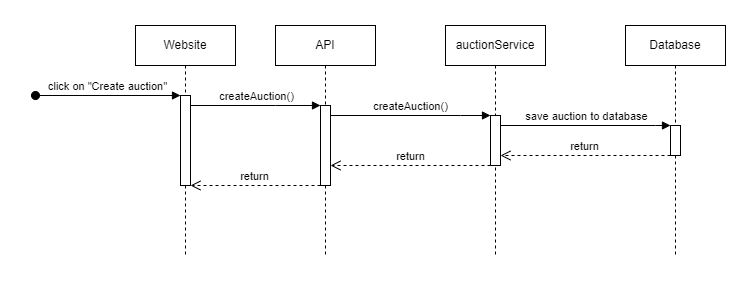
The draw.io diagram doc/use_cases/sequence-diagrams/UC03-create-auction.png in lucariebel/online-shop, before a commit. Source tidied: cells renumbered, new cells last; positions are measured from the earlier drawing's top-left corner, leaving out a move shared by most shapes. The source it was exported from:
```xml
<mxGraphModel>
  <root>
    <mxCell id="0" />
    <mxCell id="1" parent="0" />
    <mxCell id="2" value="Website" style="shape=umlLifeline;perimeter=lifelinePerimeter;whiteSpace=wrap;html=1;newEdgeStyle={&quot;edgeStyle&quot;:&quot;elbowEdgeStyle&quot;,&quot;elbow&quot;:&quot;vertical&quot;,&quot;curved&quot;:0,&quot;rounded&quot;:0};" parent="1" vertex="1">
      <mxGeometry x="100" width="100" height="230" as="geometry" />
    </mxCell>
    <mxCell id="3" style="html=1;points=[];perimeter=orthogonalPerimeter;outlineConnect=0;targetShapes=umlLifeline;portConstraint=eastwest;newEdgeStyle={&quot;edgeStyle&quot;:&quot;elbowEdgeStyle&quot;,&quot;elbow&quot;:&quot;vertical&quot;,&quot;curved&quot;:0,&quot;rounded&quot;:0};" parent="2" vertex="1">
      <mxGeometry x="45" y="70" width="10" height="90" as="geometry" />
    </mxCell>
    <mxCell id="4" value="click on &quot;Create auction&quot;" style="html=1;verticalAlign=bottom;startArrow=oval;endArrow=block;startSize=8;edgeStyle=elbowEdgeStyle;elbow=vertical;curved=0;rounded=0;" parent="2" edge="1" target="3">
      <mxGeometry relative="1" as="geometry">
        <mxPoint x="-100" y="70" as="sourcePoint" />
      </mxGeometry>
    </mxCell>
    <mxCell id="5" value="API" style="shape=umlLifeline;perimeter=lifelinePerimeter;whiteSpace=wrap;html=1;newEdgeStyle={&quot;edgeStyle&quot;:&quot;elbowEdgeStyle&quot;,&quot;elbow&quot;:&quot;vertical&quot;,&quot;curved&quot;:0,&quot;rounded&quot;:0};" parent="1" vertex="1">
      <mxGeometry x="240" width="100" height="230" as="geometry" />
    </mxCell>
    <mxCell id="6" style="html=1;points=[];perimeter=orthogonalPerimeter;outlineConnect=0;targetShapes=umlLifeline;portConstraint=eastwest;newEdgeStyle={&quot;edgeStyle&quot;:&quot;elbowEdgeStyle&quot;,&quot;elbow&quot;:&quot;vertical&quot;,&quot;curved&quot;:0,&quot;rounded&quot;:0};" parent="5" vertex="1">
      <mxGeometry x="45" y="80" width="10" height="80" as="geometry" />
    </mxCell>
    <mxCell id="7" value="createAuction()" style="html=1;verticalAlign=bottom;endArrow=block;edgeStyle=elbowEdgeStyle;elbow=vertical;curved=0;rounded=0;" parent="1" edge="1" source="3" target="6">
      <mxGeometry relative="1" as="geometry">
        <Array as="points">
          <mxPoint x="240" y="80" />
        </Array>
      </mxGeometry>
    </mxCell>
    <mxCell id="8" value="return" style="html=1;verticalAlign=bottom;endArrow=open;dashed=1;endSize=8;edgeStyle=elbowEdgeStyle;elbow=vertical;curved=0;rounded=0;" parent="1" edge="1" source="6" target="3">
      <mxGeometry relative="1" as="geometry">
        <Array as="points">
          <mxPoint x="250" y="160" />
        </Array>
      </mxGeometry>
    </mxCell>
    <mxCell id="9" value="auctionService" style="shape=umlLifeline;perimeter=lifelinePerimeter;whiteSpace=wrap;html=1;newEdgeStyle={&quot;edgeStyle&quot;:&quot;elbowEdgeStyle&quot;,&quot;elbow&quot;:&quot;vertical&quot;,&quot;curved&quot;:0,&quot;rounded&quot;:0};" parent="1" vertex="1">
      <mxGeometry x="410" width="100" height="230" as="geometry" />
    </mxCell>
    <mxCell id="10" style="html=1;points=[];perimeter=orthogonalPerimeter;outlineConnect=0;targetShapes=umlLifeline;portConstraint=eastwest;newEdgeStyle={&quot;edgeStyle&quot;:&quot;elbowEdgeStyle&quot;,&quot;elbow&quot;:&quot;vertical&quot;,&quot;curved&quot;:0,&quot;rounded&quot;:0};" parent="9" vertex="1">
      <mxGeometry x="45" y="90" width="10" height="50" as="geometry" />
    </mxCell>
    <mxCell id="11" value="createAuction()" style="html=1;verticalAlign=bottom;endArrow=block;edgeStyle=elbowEdgeStyle;elbow=vertical;curved=0;rounded=0;" parent="1" edge="1" source="6" target="10">
      <mxGeometry relative="1" as="geometry">
        <Array as="points">
          <mxPoint x="425" y="90" />
        </Array>
      </mxGeometry>
    </mxCell>
    <mxCell id="12" value="Database" style="shape=umlLifeline;perimeter=lifelinePerimeter;whiteSpace=wrap;html=1;newEdgeStyle={&quot;edgeStyle&quot;:&quot;elbowEdgeStyle&quot;,&quot;elbow&quot;:&quot;vertical&quot;,&quot;curved&quot;:0,&quot;rounded&quot;:0};" parent="1" vertex="1">
      <mxGeometry x="590" width="100" height="230" as="geometry" />
    </mxCell>
    <mxCell id="13" style="html=1;points=[];perimeter=orthogonalPerimeter;outlineConnect=0;targetShapes=umlLifeline;portConstraint=eastwest;newEdgeStyle={&quot;edgeStyle&quot;:&quot;elbowEdgeStyle&quot;,&quot;elbow&quot;:&quot;vertical&quot;,&quot;curved&quot;:0,&quot;rounded&quot;:0};" parent="12" vertex="1">
      <mxGeometry x="45" y="100" width="10" height="30" as="geometry" />
    </mxCell>
    <mxCell id="14" value="save auction to database" style="html=1;verticalAlign=bottom;endArrow=block;edgeStyle=elbowEdgeStyle;elbow=vertical;curved=0;rounded=0;" parent="1" edge="1" source="10" target="13">
      <mxGeometry relative="1" as="geometry">
        <Array as="points">
          <mxPoint x="620" y="100" />
        </Array>
      </mxGeometry>
    </mxCell>
    <mxCell id="15" value="return" style="html=1;verticalAlign=bottom;endArrow=open;dashed=1;endSize=8;edgeStyle=elbowEdgeStyle;elbow=vertical;curved=0;rounded=0;" parent="1" edge="1" source="13">
      <mxGeometry relative="1" as="geometry">
        <mxPoint x="465" y="130" as="targetPoint" />
        <Array as="points">
          <mxPoint x="620" y="130" />
        </Array>
      </mxGeometry>
    </mxCell>
    <mxCell id="16" value="return" style="html=1;verticalAlign=bottom;endArrow=open;dashed=1;endSize=8;edgeStyle=elbowEdgeStyle;elbow=vertical;curved=0;rounded=0;" parent="1" edge="1" source="10" target="6">
      <mxGeometry relative="1" as="geometry">
        <Array as="points">
          <mxPoint x="450" y="140" />
        </Array>
      </mxGeometry>
    </mxCell>
  </root>
</mxGraphModel>
```
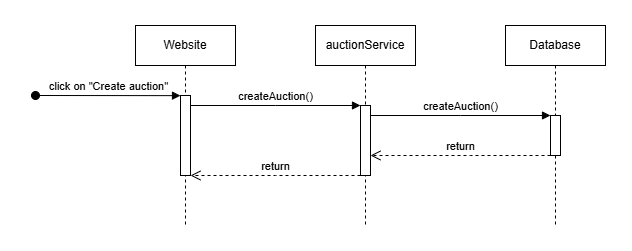
After the change.

Diff of the diagram source:
```diff
@@ -3,21 +3,21 @@
     <mxCell id="0" />
     <mxCell id="1" parent="0" />
     <mxCell id="2" value="Website" style="shape=umlLifeline;perimeter=lifelinePerimeter;whiteSpace=wrap;html=1;newEdgeStyle={&quot;edgeStyle&quot;:&quot;elbowEdgeStyle&quot;,&quot;elbow&quot;:&quot;vertical&quot;,&quot;curved&quot;:0,&quot;rounded&quot;:0};" parent="1" vertex="1">
-      <mxGeometry x="100" width="100" height="230" as="geometry" />
+      <mxGeometry x="100" width="100" height="200" as="geometry" />
     </mxCell>
     <mxCell id="3" style="html=1;points=[];perimeter=orthogonalPerimeter;outlineConnect=0;targetShapes=umlLifeline;portConstraint=eastwest;newEdgeStyle={&quot;edgeStyle&quot;:&quot;elbowEdgeStyle&quot;,&quot;elbow&quot;:&quot;vertical&quot;,&quot;curved&quot;:0,&quot;rounded&quot;:0};" parent="2" vertex="1">
-      <mxGeometry x="45" y="70" width="10" height="90" as="geometry" />
+      <mxGeometry x="45" y="70" width="10" height="80" as="geometry" />
     </mxCell>
     <mxCell id="4" value="click on &quot;Create auction&quot;" style="html=1;verticalAlign=bottom;startArrow=oval;endArrow=block;startSize=8;edgeStyle=elbowEdgeStyle;elbow=vertical;curved=0;rounded=0;" parent="2" edge="1" target="3">
       <mxGeometry relative="1" as="geometry">
         <mxPoint x="-100" y="70" as="sourcePoint" />
       </mxGeometry>
     </mxCell>
-    <mxCell id="5" value="API" style="shape=umlLifeline;perimeter=lifelinePerimeter;whiteSpace=wrap;html=1;newEdgeStyle={&quot;edgeStyle&quot;:&quot;elbowEdgeStyle&quot;,&quot;elbow&quot;:&quot;vertical&quot;,&quot;curved&quot;:0,&quot;rounded&quot;:0};" parent="1" vertex="1">
-      <mxGeometry x="240" width="100" height="230" as="geometry" />
+    <mxCell id="5" value="auctionService" style="shape=umlLifeline;perimeter=lifelinePerimeter;whiteSpace=wrap;html=1;newEdgeStyle={&quot;edgeStyle&quot;:&quot;elbowEdgeStyle&quot;,&quot;elbow&quot;:&quot;vertical&quot;,&quot;curved&quot;:0,&quot;rounded&quot;:0};" parent="1" vertex="1">
+      <mxGeometry x="280" width="100" height="200" as="geometry" />
     </mxCell>
     <mxCell id="6" style="html=1;points=[];perimeter=orthogonalPerimeter;outlineConnect=0;targetShapes=umlLifeline;portConstraint=eastwest;newEdgeStyle={&quot;edgeStyle&quot;:&quot;elbowEdgeStyle&quot;,&quot;elbow&quot;:&quot;vertical&quot;,&quot;curved&quot;:0,&quot;rounded&quot;:0};" parent="5" vertex="1">
-      <mxGeometry x="45" y="80" width="10" height="80" as="geometry" />
+      <mxGeometry x="45" y="80" width="10" height="70" as="geometry" />
     </mxCell>
     <mxCell id="7" value="createAuction()" style="html=1;verticalAlign=bottom;endArrow=block;edgeStyle=elbowEdgeStyle;elbow=vertical;curved=0;rounded=0;" parent="1" edge="1" source="3" target="6">
       <mxGeometry relative="1" as="geometry">
@@ -29,50 +29,29 @@
     <mxCell id="8" value="return" style="html=1;verticalAlign=bottom;endArrow=open;dashed=1;endSize=8;edgeStyle=elbowEdgeStyle;elbow=vertical;curved=0;rounded=0;" parent="1" edge="1" source="6" target="3">
       <mxGeometry relative="1" as="geometry">
         <Array as="points">
-          <mxPoint x="250" y="160" />
+          <mxPoint x="240" y="150" />
         </Array>
       </mxGeometry>
     </mxCell>
-    <mxCell id="9" value="auctionService" style="shape=umlLifeline;perimeter=lifelinePerimeter;whiteSpace=wrap;html=1;newEdgeStyle={&quot;edgeStyle&quot;:&quot;elbowEdgeStyle&quot;,&quot;elbow&quot;:&quot;vertical&quot;,&quot;curved&quot;:0,&quot;rounded&quot;:0};" parent="1" vertex="1">
-      <mxGeometry x="410" width="100" height="230" as="geometry" />
-    </mxCell>
-    <mxCell id="10" style="html=1;points=[];perimeter=orthogonalPerimeter;outlineConnect=0;targetShapes=umlLifeline;portConstraint=eastwest;newEdgeStyle={&quot;edgeStyle&quot;:&quot;elbowEdgeStyle&quot;,&quot;elbow&quot;:&quot;vertical&quot;,&quot;curved&quot;:0,&quot;rounded&quot;:0};" parent="9" vertex="1">
-      <mxGeometry x="45" y="90" width="10" height="50" as="geometry" />
-    </mxCell>
+    <mxCell id="12" value="Database" style="shape=umlLifeline;perimeter=lifelinePerimeter;whiteSpace=wrap;html=1;newEdgeStyle={&quot;edgeStyle&quot;:&quot;elbowEdgeStyle&quot;,&quot;elbow&quot;:&quot;vertical&quot;,&quot;curved&quot;:0,&quot;rounded&quot;:0};" parent="1" vertex="1">
+      <mxGeometry x="470" width="100" height="200" as="geometry" />
+    </mxCell>
+    <mxCell id="17" style="html=1;points=[];perimeter=orthogonalPerimeter;outlineConnect=0;targetShapes=umlLifeline;portConstraint=eastwest;newEdgeStyle={&quot;edgeStyle&quot;:&quot;elbowEdgeStyle&quot;,&quot;elbow&quot;:&quot;vertical&quot;,&quot;curved&quot;:0,&quot;rounded&quot;:0};" parent="12" vertex="1">
+      <mxGeometry x="45" y="90" width="10" height="40" as="geometry" />
+    </mxCell>
-    <mxCell id="11" value="createAuction()" style="html=1;verticalAlign=bottom;endArrow=block;edgeStyle=elbowEdgeStyle;elbow=vertical;curved=0;rounded=0;" parent="1" edge="1" source="6" target="10">
+    <mxCell id="11" value="createAuction()" style="html=1;verticalAlign=bottom;endArrow=block;edgeStyle=elbowEdgeStyle;elbow=vertical;curved=0;rounded=0;" parent="1" edge="1" source="6" target="17">
       <mxGeometry relative="1" as="geometry">
         <Array as="points">
           <mxPoint x="425" y="90" />
         </Array>
       </mxGeometry>
     </mxCell>
-    <mxCell id="12" value="Database" style="shape=umlLifeline;perimeter=lifelinePerimeter;whiteSpace=wrap;html=1;newEdgeStyle={&quot;edgeStyle&quot;:&quot;elbowEdgeStyle&quot;,&quot;elbow&quot;:&quot;vertical&quot;,&quot;curved&quot;:0,&quot;rounded&quot;:0};" parent="1" vertex="1">
-      <mxGeometry x="590" width="100" height="230" as="geometry" />
-    </mxCell>
-    <mxCell id="13" style="html=1;points=[];perimeter=orthogonalPerimeter;outlineConnect=0;targetShapes=umlLifeline;portConstraint=eastwest;newEdgeStyle={&quot;edgeStyle&quot;:&quot;elbowEdgeStyle&quot;,&quot;elbow&quot;:&quot;vertical&quot;,&quot;curved&quot;:0,&quot;rounded&quot;:0};" parent="12" vertex="1">
-      <mxGeometry x="45" y="100" width="10" height="30" as="geometry" />
-    </mxCell>
-    <mxCell id="14" value="save auction to database" style="html=1;verticalAlign=bottom;endArrow=block;edgeStyle=elbowEdgeStyle;elbow=vertical;curved=0;rounded=0;" parent="1" edge="1" source="10" target="13">
-      <mxGeometry relative="1" as="geometry">
-        <Array as="points">
-          <mxPoint x="620" y="100" />
-        </Array>
-      </mxGeometry>
-    </mxCell>
-    <mxCell id="15" value="return" style="html=1;verticalAlign=bottom;endArrow=open;dashed=1;endSize=8;edgeStyle=elbowEdgeStyle;elbow=vertical;curved=0;rounded=0;" parent="1" edge="1" source="13">
-      <mxGeometry relative="1" as="geometry">
-        <mxPoint x="465" y="130" as="targetPoint" />
-        <Array as="points">
-          <mxPoint x="620" y="130" />
-        </Array>
-      </mxGeometry>
-    </mxCell>
-    <mxCell id="16" value="return" style="html=1;verticalAlign=bottom;endArrow=open;dashed=1;endSize=8;edgeStyle=elbowEdgeStyle;elbow=vertical;curved=0;rounded=0;" parent="1" edge="1" source="10" target="6">
-      <mxGeometry relative="1" as="geometry">
-        <Array as="points">
-          <mxPoint x="450" y="140" />
-        </Array>
-      </mxGeometry>
-    </mxCell>
+    <mxCell id="18" value="return" style="html=1;verticalAlign=bottom;endArrow=open;dashed=1;endSize=8;edgeStyle=elbowEdgeStyle;elbow=vertical;curved=0;rounded=0;" parent="1" edge="1" source="17" target="6">
+      <mxGeometry relative="1" as="geometry">
+        <Array as="points">
+          <mxPoint x="435" y="130" />
+        </Array>
+      </mxGeometry>
+    </mxCell>
   </root>
 </mxGraphModel>
```
